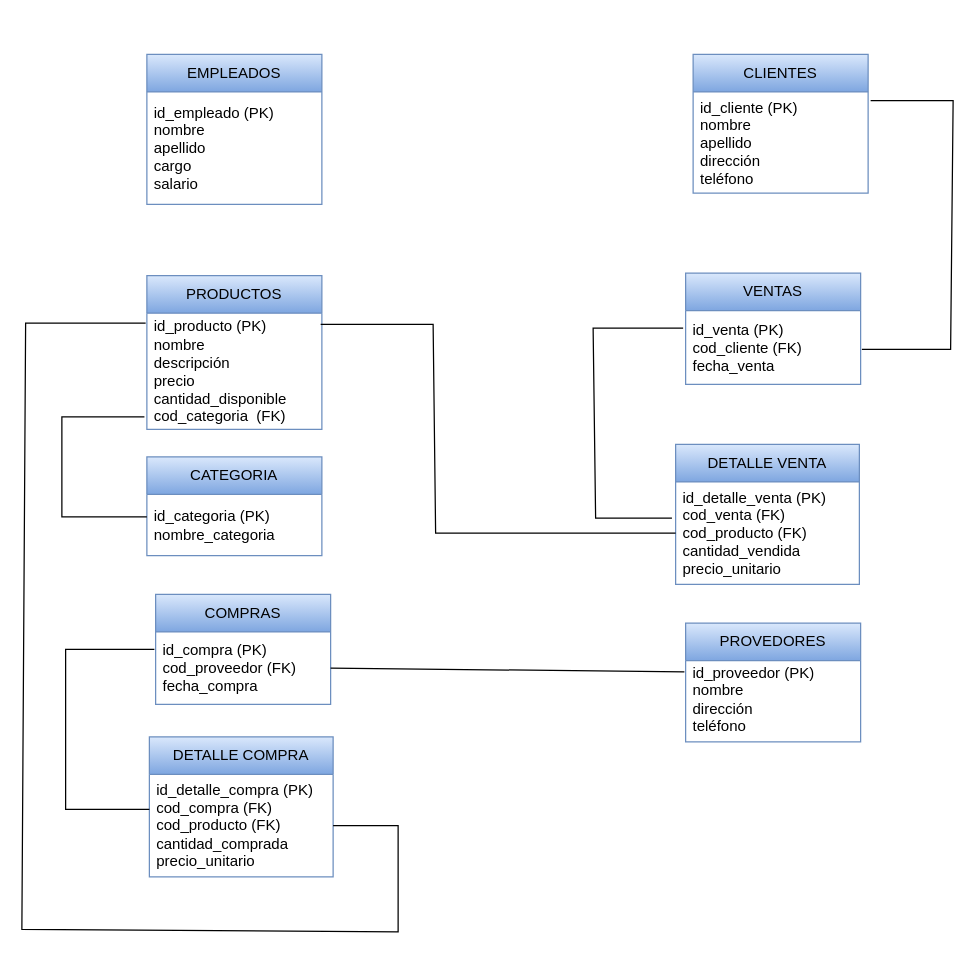
Earlier version of the draw.io diagram TESIS.drawio (NahuelLV/Base-de-Datos). Source tidied: cells renumbered, new cells numbered last; positions are measured from the earlier drawing's top-left corner, leaving out a move shared by most shapes. Both pictures are drawn from the tidied source at 125%, with x=0, y=0 at pixel (21, 54).
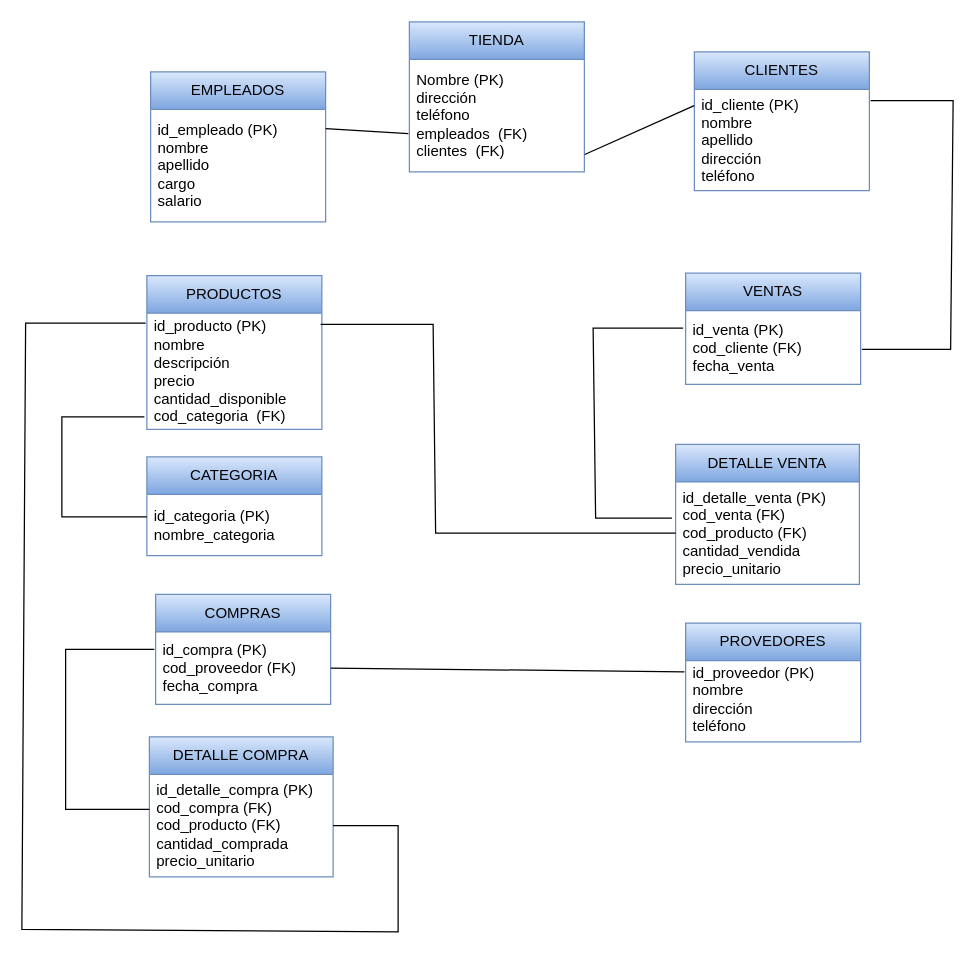
The same diagram, later.

Unchanged cells that the change refers to:
```xml
<mxCell id="3" value="&lt;div&gt;id_empleado (PK)&lt;/div&gt;&lt;div&gt;nombre&lt;/div&gt;&lt;div&gt;apellido&lt;/div&gt;&lt;div&gt;cargo&lt;/div&gt;&lt;div&gt;salario&lt;/div&gt;" style="text;strokeColor=none;fillColor=none;align=left;verticalAlign=middle;spacingLeft=4;spacingRight=4;overflow=hidden;points=[[0,0.5],[1,0.5]];portConstraint=eastwest;whiteSpace=wrap;html=1;" parent="2" vertex="1">
  <mxGeometry y="30" width="140" height="90" as="geometry" />
</mxCell>
<mxCell id="5" value="&lt;div&gt;id_cliente (PK)&lt;/div&gt;&lt;div&gt;nombre&lt;/div&gt;&lt;div&gt;apellido&lt;/div&gt;&lt;div&gt;dirección&lt;/div&gt;&lt;div&gt;teléfono&lt;/div&gt;" style="text;strokeColor=none;fillColor=none;align=left;verticalAlign=middle;spacingLeft=4;spacingRight=4;overflow=hidden;points=[[0,0.5],[1,0.5]];portConstraint=eastwest;whiteSpace=wrap;html=1;" parent="4" vertex="1">
  <mxGeometry y="30" width="140" height="81" as="geometry" />
</mxCell>
```

What changed in the source:
```diff
@@
     <mxCell id="2" value="EMPLEADOS" style="swimlane;fontStyle=0;horizontal=1;startSize=30;whiteSpace=wrap;html=1;fillColor=#dae8fc;gradientColor=#7ea6e0;strokeColor=#6c8ebf;" parent="1" vertex="1">
-      <mxGeometry x="100" width="140" height="120" as="geometry" />
+      <mxGeometry x="103" y="14" width="140" height="120" as="geometry" />
     </mxCell>
@@
     <mxCell id="4" value="CLIENTES" style="swimlane;fontStyle=0;horizontal=1;startSize=30;whiteSpace=wrap;html=1;fillColor=#dae8fc;gradientColor=#7ea6e0;strokeColor=#6c8ebf;" parent="1" vertex="1">
-      <mxGeometry x="537" width="140" height="111" as="geometry" />
+      <mxGeometry x="538" y="-2" width="140" height="111" as="geometry" />
     </mxCell>
@@
+    <mxCell id="27" value="TIENDA" style="swimlane;fontStyle=0;horizontal=1;startSize=30;whiteSpace=wrap;html=1;fillColor=#dae8fc;gradientColor=#7ea6e0;strokeColor=#6c8ebf;" parent="1" vertex="1">
+      <mxGeometry x="310" y="-26" width="140" height="120" as="geometry" />
+    </mxCell>
+    <mxCell id="28" value="&lt;div&gt;Nombre (PK)&lt;/div&gt;&lt;div&gt;dirección&lt;/div&gt;&lt;div&gt;teléfono&lt;/div&gt;&lt;div&gt;empleados&amp;nbsp; (FK)&lt;/div&gt;&lt;div&gt;clientes&amp;nbsp; (FK)&lt;/div&gt;" style="text;strokeColor=none;fillColor=none;align=left;verticalAlign=middle;spacingLeft=4;spacingRight=4;overflow=hidden;points=[[0,0.5],[1,0.5]];portConstraint=eastwest;whiteSpace=wrap;html=1;" parent="27" vertex="1">
+      <mxGeometry y="30" width="140" height="90" as="geometry" />
+    </mxCell>
+    <mxCell id="29" style="endArrow=none;html=1;rounded=0;exitX=1;exitY=0.171;exitDx=0;exitDy=0;exitPerimeter=0;entryX=-0.006;entryY=0.661;entryDx=0;entryDy=0;entryPerimeter=0;" parent="1" edge="1" source="3" target="28">
+      <mxGeometry relative="1" as="geometry" />
+    </mxCell>
+    <mxCell id="30" style="endArrow=none;html=1;rounded=0;entryX=-0.001;entryY=0.16;entryDx=0;entryDy=0;entryPerimeter=0;exitX=1.002;exitY=0.846;exitDx=0;exitDy=0;exitPerimeter=0;" parent="1" edge="1" source="28" target="5">
+      <mxGeometry relative="1" as="geometry" />
+    </mxCell>
```
